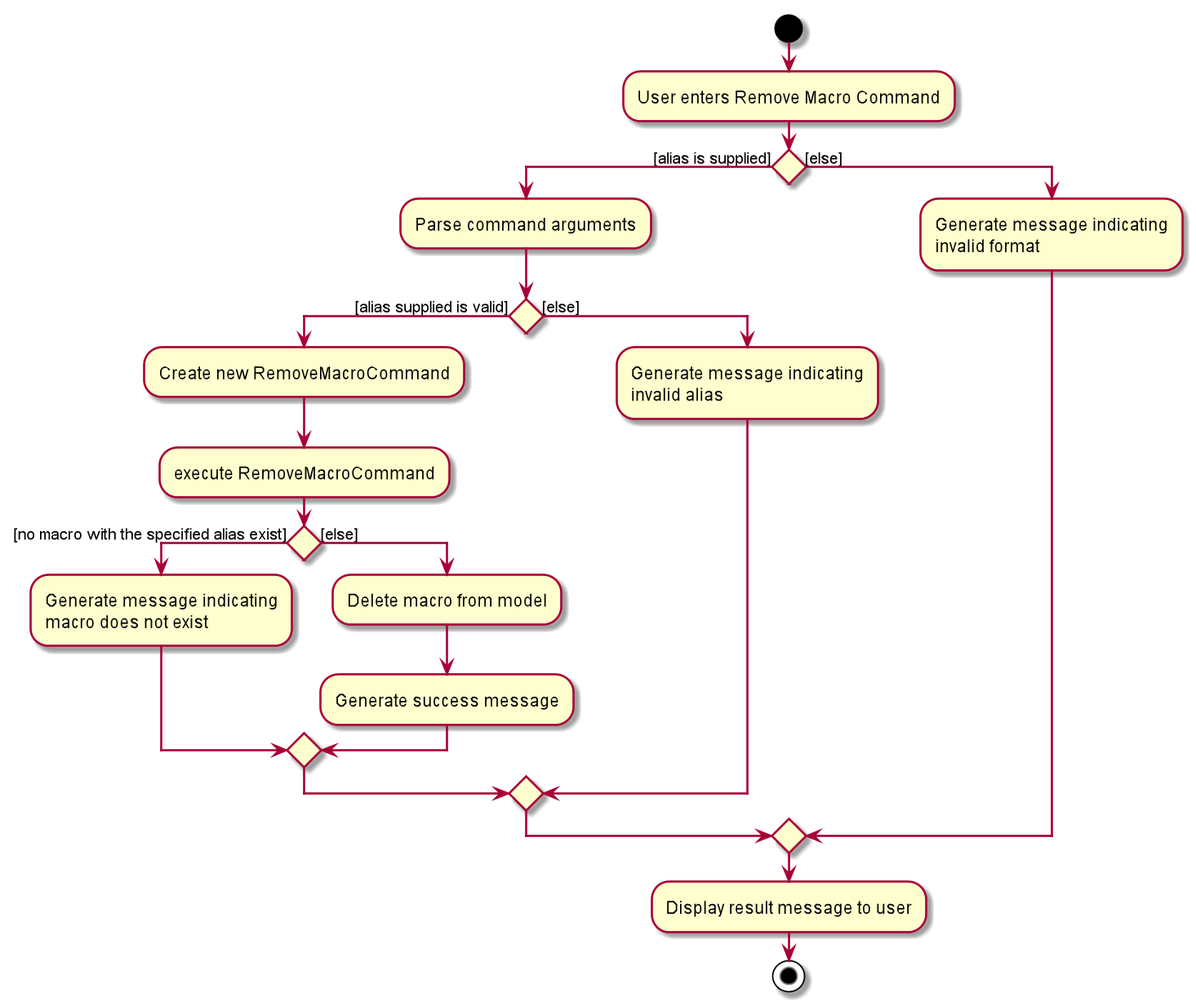
The PlantUML diagram docs/images/RemoveMacroCommandActivityDiagram.png in tohyuting/tp, before a commit.
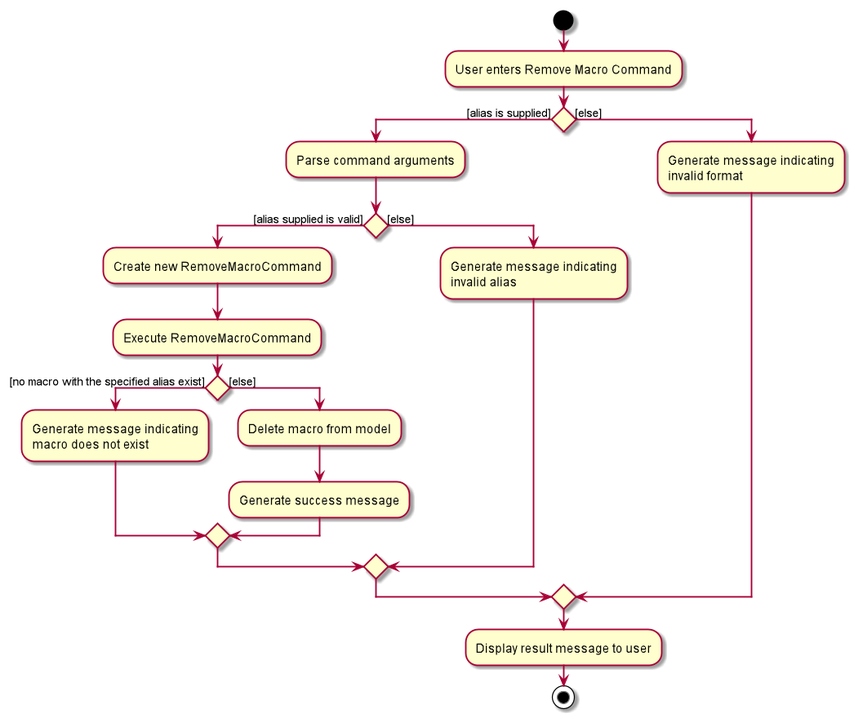
Later version of the same file.

The edit, as a diff of the source:
```diff
@@ -7,7 +7,7 @@
   :Parse command arguments;
   if() then ([alias supplied is valid])
     :Create new RemoveMacroCommand;
-    :execute RemoveMacroCommand;
+    :Execute RemoveMacroCommand;
     if() then ([no macro with the specified alias exist])
       :Generate message indicating
       macro does not exist;
```
